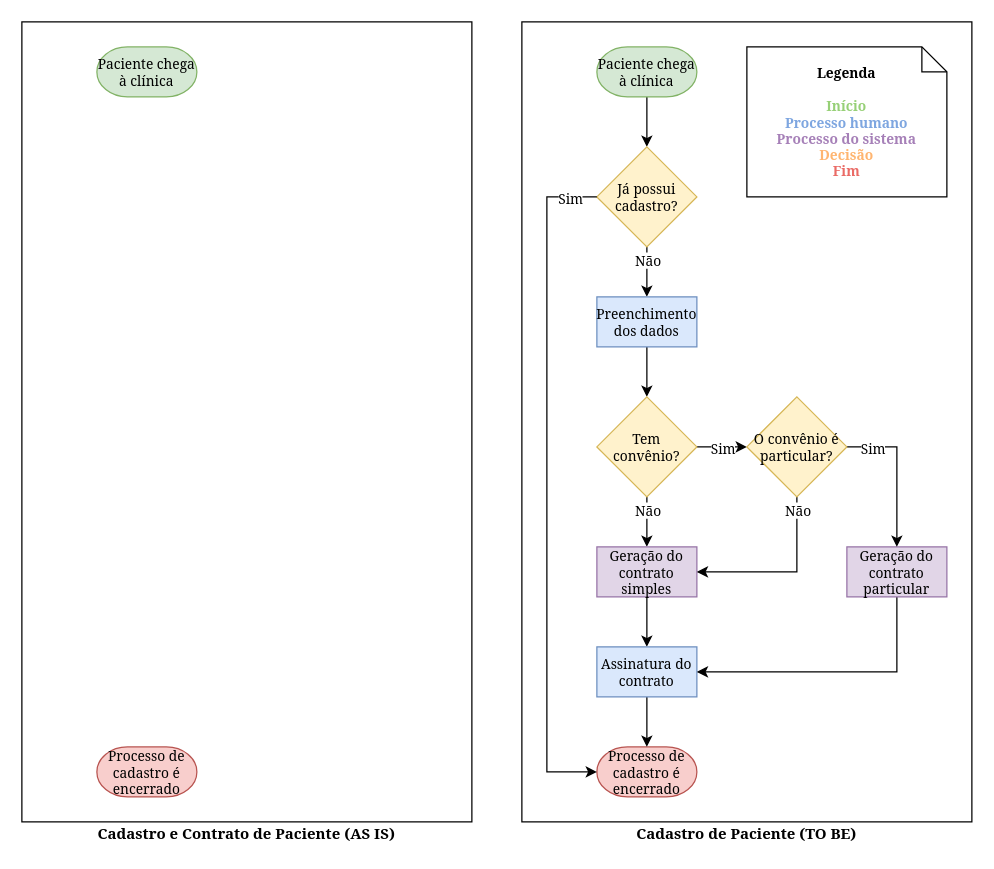
Earlier version of the draw.io diagram page "fluxogramas" (3 of 3) of docs/diagramas.drawio (therapies-love-kids/nexus). Source tidied: cells renumbered, new cells numbered last; positions are measured from the earlier drawing's top-left corner, leaving out a move shared by most shapes. Both pictures are drawn from the tidied source at 125%, with x=0, y=0 at pixel (21, 21).
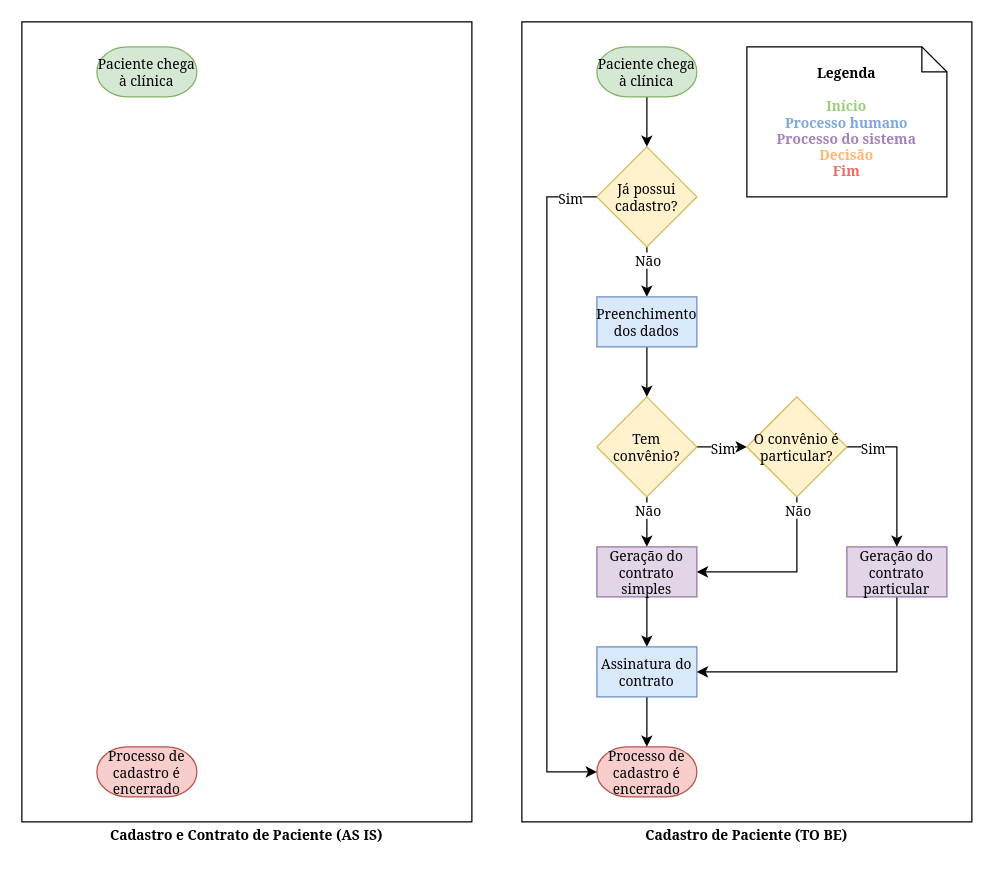
The same page after the edit.

Unchanged cells that the change refers to:
```xml
<mxCell id="4" value="Paciente chega à clínica" style="strokeWidth=1;html=1;shape=mxgraph.flowchart.terminator;whiteSpace=wrap;fontSize=11;fontFamily=Georgia;labelBackgroundColor=none;fillColor=#d5e8d4;strokeColor=#82b366;" parent="1" vertex="1">
  <mxGeometry x="460" y="20" width="80" height="40" as="geometry" />
</mxCell>
<mxCell id="7" value="&lt;font&gt;Já possui cadastro? &lt;/font&gt;" style="strokeWidth=1;html=1;shape=mxgraph.flowchart.decision;whiteSpace=wrap;fontSize=11;fontFamily=Georgia;labelBackgroundColor=none;fillColor=#fff2cc;strokeColor=#d6b656;" parent="1" vertex="1">
  <mxGeometry x="460" y="100" width="80" height="80" as="geometry" />
</mxCell>
```

Change to the diagram source:
```diff
@@
-    <mxCell id="2" style="rounded=0;whiteSpace=wrap;html=1;fillColor=none;fontFamily=Georgia;" parent="1" vertex="1">
+    <mxCell id="2" style="rounded=0;whiteSpace=wrap;html=1;fillColor=none;fontFamily=Georgia;fontSize=11;" parent="1" vertex="1">
       <mxGeometry x="400" width="360" height="640" as="geometry" />
     </mxCell>
-    <mxCell id="3" style="edgeStyle=orthogonalEdgeStyle;rounded=0;jettySize=auto;html=1;fontFamily=Georgia;" parent="1" edge="1" source="4" target="7">
+    <mxCell id="3" style="edgeStyle=orthogonalEdgeStyle;rounded=0;jettySize=auto;html=1;fontFamily=Georgia;fontSize=11;" parent="1" edge="1" source="4" target="7">
       <mxGeometry relative="1" as="geometry" />
     </mxCell>
@@
-    <mxCell id="29" value="&lt;b&gt;Cadastro de Paciente (TO BE)&lt;br&gt;&lt;/b&gt;" style="text;html=1;align=center;verticalAlign=middle;whiteSpace=wrap;rounded=0;fontFamily=Georgia;labelBorderColor=none;fontSize=12;" parent="1" vertex="1">
+    <mxCell id="29" value="&lt;b&gt;Cadastro de Paciente (TO BE)&lt;br&gt;&lt;/b&gt;" style="text;html=1;align=center;verticalAlign=middle;whiteSpace=wrap;rounded=0;fontFamily=Georgia;labelBorderColor=none;fontSize=11;" parent="1" vertex="1">
       <mxGeometry x="400" y="640" width="360" height="20" as="geometry" />
     </mxCell>
@@
-    <mxCell id="31" value="&lt;b&gt;Cadastro e Contrato de Paciente (AS IS)&lt;/b&gt;" style="text;html=1;align=center;verticalAlign=middle;whiteSpace=wrap;rounded=0;fontFamily=Georgia;labelBorderColor=none;fontSize=12;" parent="1" vertex="1">
+    <mxCell id="31" value="&lt;b&gt;Cadastro e Contrato de Paciente (AS IS)&lt;/b&gt;" style="text;html=1;align=center;verticalAlign=middle;whiteSpace=wrap;rounded=0;fontFamily=Georgia;labelBorderColor=none;fontSize=11;" parent="1" vertex="1">
       <mxGeometry y="640" width="360" height="20" as="geometry" />
     </mxCell>
-    <mxCell id="32" style="rounded=0;whiteSpace=wrap;html=1;fillColor=none;fontFamily=Georgia;" parent="1" vertex="1">
+    <mxCell id="32" style="rounded=0;whiteSpace=wrap;html=1;fillColor=none;fontFamily=Georgia;fontSize=11;" parent="1" vertex="1">
       <mxGeometry width="360" height="640" as="geometry" />
     </mxCell>
```
